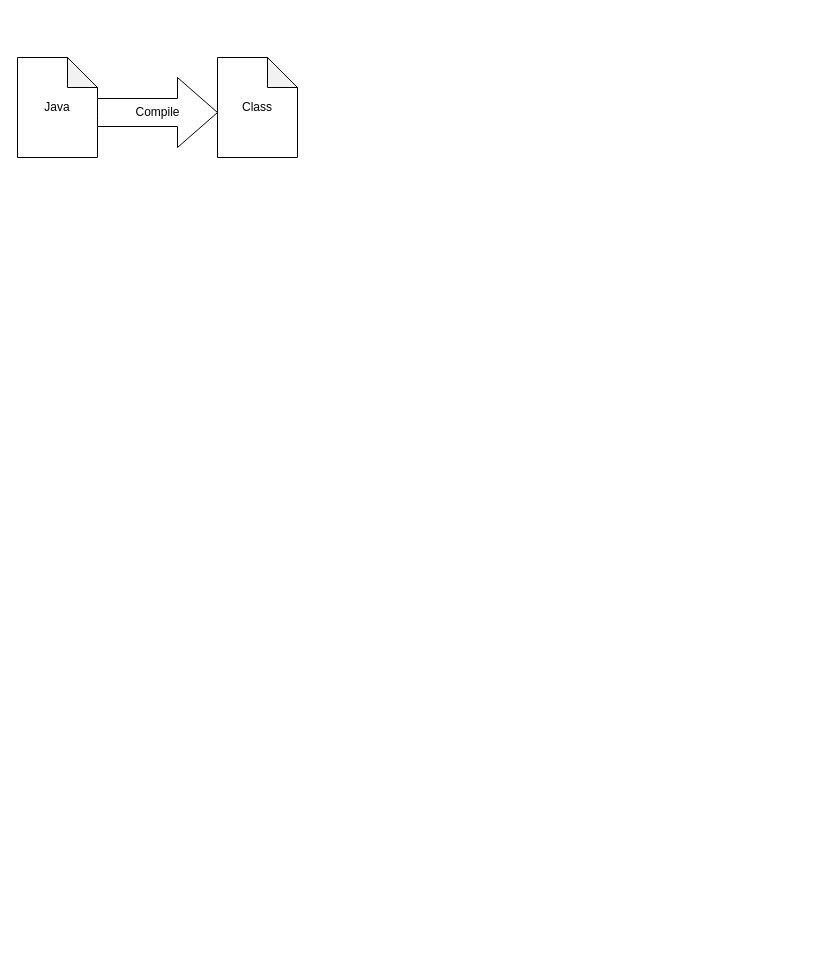
Above: JVM整体架构.drawio in linbingxing/mind (draw.io), before the change. Source tidied: cells renumbered, new cells numbered last; positions are measured from the earlier drawing's top-left corner, leaving out a move shared by most shapes. Both pictures are drawn from the tidied source at 100%, with x=0, y=0 at pixel (17, 57).
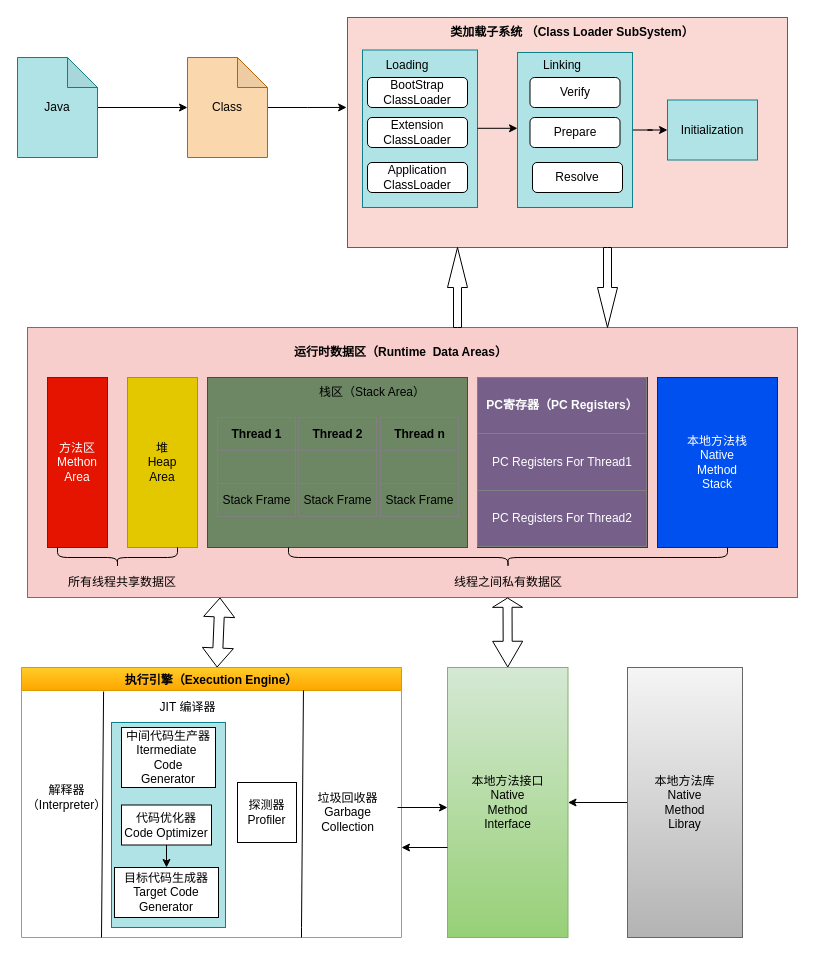
Above is the later version.

Commit message (it also covers changes not shown here):
更新JVM整体架构.drawio

What changed in the source:
```diff
@@
+    <mxCell id="5" style="rounded=0;whiteSpace=wrap;html=1;fillColor=#fad9d5;strokeColor=#ae4132;" parent="1" vertex="1">
+      <mxGeometry x="330" y="-40" width="440" height="230" as="geometry" />
+    </mxCell>
+    <mxCell id="6" style="edgeStyle=orthogonalEdgeStyle;rounded=0;jettySize=auto;html=1;" parent="1" edge="1" source="2" target="3">
+      <mxGeometry relative="1" as="geometry" />
+    </mxCell>
-    <mxCell id="2" value="Java" style="shape=note;whiteSpace=wrap;html=1;backgroundOutline=1;darkOpacity=0.05;" parent="1" vertex="1">
+    <mxCell id="2" value="Java" style="shape=note;whiteSpace=wrap;html=1;backgroundOutline=1;darkOpacity=0.05;fillColor=#b0e3e6;strokeColor=#0e8088;" parent="1" vertex="1">
       <mxGeometry width="80" height="100" as="geometry" />
     </mxCell>
+    <mxCell id="7" style="edgeStyle=orthogonalEdgeStyle;rounded=0;jettySize=auto;html=1;entryX=-0.002;entryY=0.391;entryDx=0;entryDy=0;entryPerimeter=0;" parent="1" edge="1" source="3" target="5">
+      <mxGeometry relative="1" as="geometry" />
+    </mxCell>
-    <mxCell id="3" value="Class" style="shape=note;whiteSpace=wrap;html=1;backgroundOutline=1;darkOpacity=0.05;" parent="1" vertex="1">
-      <mxGeometry x="200" width="80" height="100" as="geometry" />
+    <mxCell id="3" value="Class" style="shape=note;whiteSpace=wrap;html=1;backgroundOutline=1;darkOpacity=0.05;fillColor=#fad7ac;strokeColor=#b46504;" parent="1" vertex="1">
+      <mxGeometry x="170" width="80" height="100" as="geometry" />
     </mxCell>
-    <mxCell id="4" value="Compile" style="html=1;shadow=0;dashed=0;align=center;verticalAlign=middle;shape=mxgraph.arrows2.arrow;dy=0.6;dx=40;notch=0;" parent="1" vertex="1">
-      <mxGeometry x="80" y="20" width="120" height="70" as="geometry" />
-    </mxCell>
+    <mxCell id="8" style="rounded=0;whiteSpace=wrap;html=1;fillColor=#b0e3e6;strokeColor=#0e8088;" parent="1" vertex="1">
+      <mxGeometry x="345" y="-7.5" width="115" height="157.5" as="geometry" />
+    </mxCell>
+    <mxCell id="9" style="edgeStyle=orthogonalEdgeStyle;rounded=0;jettySize=auto;html=1;" parent="1" edge="1" source="10" target="11">
+      <mxGeometry relative="1" as="geometry" />
+    </mxCell>
+    <mxCell id="10" style="rounded=0;whiteSpace=wrap;html=1;fillColor=#b0e3e6;strokeColor=#0e8088;" parent="1" vertex="1">
+      <mxGeometry x="500" y="-5" width="115" height="155" as="geometry" />
+    </mxCell>
+    <mxCell id="11" value="Initialization" style="rounded=0;whiteSpace=wrap;html=1;fillColor=#b0e3e6;strokeColor=#0e8088;" parent="1" vertex="1">
+      <mxGeometry x="650" y="42.5" width="90" height="60" as="geometry" />
+    </mxCell>
+    <mxCell id="12" value="BootStrap&lt;br&gt;ClassLoader" style="rounded=1;whiteSpace=wrap;html=1;" parent="1" vertex="1">
+      <mxGeometry x="350" y="20" width="100" height="30" as="geometry" />
+    </mxCell>
+    <mxCell id="13" value="Extension&lt;br&gt;ClassLoader" style="rounded=1;whiteSpace=wrap;html=1;" parent="1" vertex="1">
+      <mxGeometry x="350" y="60" width="100" height="30" as="geometry" />
+    </mxCell>
+    <mxCell id="14" value="Application&lt;br&gt;ClassLoader" style="rounded=1;whiteSpace=wrap;html=1;" parent="1" vertex="1">
+      <mxGeometry x="350" y="105" width="100" height="30" as="geometry" />
+    </mxCell>
+    <mxCell id="15" value="Verify" style="rounded=1;whiteSpace=wrap;html=1;" parent="1" vertex="1">
+      <mxGeometry x="512.5" y="20" width="90" height="30" as="geometry" />
+    </mxCell>
+    <mxCell id="16" value="Prepare" style="rounded=1;whiteSpace=wrap;html=1;" parent="1" vertex="1">
+      <mxGeometry x="512.5" y="60" width="90" height="30" as="geometry" />
+    </mxCell>
+    <mxCell id="17" value="Resolve" style="rounded=1;whiteSpace=wrap;html=1;" parent="1" vertex="1">
+      <mxGeometry x="515" y="105" width="90" height="30" as="geometry" />
+    </mxCell>
+    <mxCell id="18" value="Linking" style="text;html=1;strokeColor=none;fillColor=none;align=center;verticalAlign=middle;whiteSpace=wrap;rounded=0;" parent="1" vertex="1">
+      <mxGeometry x="515" y="-7.5" width="60" height="30" as="geometry" />
+    </mxCell>
+    <mxCell id="19" value="&lt;b&gt;类加载子系统 （&lt;/b&gt;&lt;b&gt;Class Loader SubSystem&lt;/b&gt;&lt;b&gt;）&lt;/b&gt;" style="text;html=1;strokeColor=none;fillColor=none;align=center;verticalAlign=middle;whiteSpace=wrap;rounded=0;" parent="1" vertex="1">
+      <mxGeometry x="370" y="-40" width="370" height="30" as="geometry" />
+    </mxCell>
+    <mxCell id="20" value="Loading" style="text;html=1;strokeColor=none;fillColor=none;align=center;verticalAlign=middle;whiteSpace=wrap;rounded=0;" parent="1" vertex="1">
+      <mxGeometry x="360" y="-7.5" width="60" height="30" as="geometry" />
+    </mxCell>
+    <mxCell id="21" style="endArrow=classic;html=1;rounded=0;" parent="1" edge="1">
+      <mxGeometry relative="1" as="geometry">
+        <mxPoint x="460" y="70.8" as="sourcePoint" />
+        <mxPoint x="500" y="70.8" as="targetPoint" />
+      </mxGeometry>
+    </mxCell>
+    <mxCell id="22" style="rounded=0;whiteSpace=wrap;html=1;fillColor=#f8cecc;strokeColor=#b85450;" parent="1" vertex="1">
+      <mxGeometry x="10" y="270" width="770" height="270" as="geometry" />
+    </mxCell>
+    <mxCell id="23" style="html=1;shadow=0;dashed=0;align=center;verticalAlign=middle;shape=mxgraph.arrows2.arrow;dy=0.6;dx=40;direction=south;notch=0;" parent="1" vertex="1">
+      <mxGeometry x="580" y="190" width="20" height="80" as="geometry" />
+    </mxCell>
+    <mxCell id="24" style="html=1;shadow=0;dashed=0;align=center;verticalAlign=middle;shape=mxgraph.arrows2.arrow;dy=0.6;dx=40;direction=north;notch=0;" parent="1" vertex="1">
+      <mxGeometry x="430" y="190" width="20" height="80" as="geometry" />
+    </mxCell>
+    <mxCell id="25" value="&lt;b&gt;运行时数据区（Runtime&amp;nbsp; Data Areas）&lt;/b&gt;" style="text;html=1;strokeColor=none;fillColor=none;align=center;verticalAlign=middle;whiteSpace=wrap;rounded=0;" parent="1" vertex="1">
+      <mxGeometry x="271" y="280" width="225" height="30" as="geometry" />
+    </mxCell>
+    <mxCell id="26" style="rounded=0;whiteSpace=wrap;html=1;fillColor=#6d8764;fontColor=#ffffff;strokeColor=#3A5431;" parent="1" vertex="1">
+      <mxGeometry x="190" y="320" width="260" height="170" as="geometry" />
+    </mxCell>
+    <mxCell id="27" value="本地方法栈&lt;br&gt;Native&lt;br&gt;Method&lt;br&gt;Stack" style="rounded=0;whiteSpace=wrap;html=1;fillColor=#0050ef;strokeColor=#001DBC;fontColor=#ffffff;" parent="1" vertex="1">
+      <mxGeometry x="640" y="320" width="120" height="170" as="geometry" />
+    </mxCell>
+    <mxCell id="28" value="&lt;span&gt;方法区&lt;/span&gt;&lt;br&gt;&lt;span&gt;Methon&lt;/span&gt;&lt;br&gt;&lt;span&gt;Area&lt;/span&gt;" style="rounded=0;whiteSpace=wrap;html=1;fillColor=#e51400;fontColor=#ffffff;strokeColor=#B20000;" parent="1" vertex="1">
+      <mxGeometry x="30" y="320" width="60" height="170" as="geometry" />
+    </mxCell>
+    <mxCell id="29" value="&lt;span&gt;堆&lt;/span&gt;&lt;br&gt;&lt;span&gt;Heap&lt;/span&gt;&lt;br&gt;&lt;span&gt;Area&lt;/span&gt;" style="rounded=0;whiteSpace=wrap;html=1;fillColor=#e3c800;fontColor=#000000;strokeColor=#B09500;" parent="1" vertex="1">
+      <mxGeometry x="110" y="320" width="70" height="170" as="geometry" />
+    </mxCell>
+    <mxCell id="30" value="栈区（Stack Area）" style="text;html=1;strokeColor=none;fillColor=none;align=center;verticalAlign=middle;whiteSpace=wrap;rounded=0;" parent="1" vertex="1">
+      <mxGeometry x="290" y="320" width="130" height="30" as="geometry" />
+    </mxCell>
+    <mxCell id="31" value="&lt;table border=&quot;1&quot; width=&quot;100%&quot; cellpadding=&quot;4&quot; style=&quot;width: 100% ; height: 100% ; border-collapse: collapse&quot;&gt;&lt;tbody&gt;&lt;tr&gt;&lt;th align=&quot;center&quot;&gt;Thread 1&lt;/th&gt;&lt;/tr&gt;&lt;tr&gt;&lt;td align=&quot;center&quot;&gt;&lt;br&gt;&lt;/td&gt;&lt;/tr&gt;&lt;tr&gt;&lt;td align=&quot;center&quot;&gt;Stack Frame&lt;/td&gt;&lt;/tr&gt;&lt;/tbody&gt;&lt;/table&gt;" style="text;html=1;strokeColor=none;fillColor=none;overflow=fill;" parent="1" vertex="1">
+      <mxGeometry x="200" y="360" width="79" height="100" as="geometry" />
+    </mxCell>
+    <mxCell id="32" value="&lt;table border=&quot;1&quot; width=&quot;100%&quot; cellpadding=&quot;4&quot; style=&quot;width: 100% ; height: 100% ; border-collapse: collapse&quot;&gt;&lt;tbody&gt;&lt;tr&gt;&lt;th align=&quot;center&quot;&gt;Thread 2&lt;/th&gt;&lt;/tr&gt;&lt;tr&gt;&lt;td align=&quot;center&quot;&gt;&lt;br&gt;&lt;/td&gt;&lt;/tr&gt;&lt;tr&gt;&lt;td align=&quot;center&quot;&gt;Stack Frame&lt;/td&gt;&lt;/tr&gt;&lt;/tbody&gt;&lt;/table&gt;" style="text;html=1;strokeColor=none;fillColor=none;overflow=fill;" parent="1" vertex="1">
+      <mxGeometry x="281" y="360" width="79" height="100" as="geometry" />
+    </mxCell>
+    <mxCell id="33" value="&lt;table border=&quot;1&quot; width=&quot;100%&quot; cellpadding=&quot;4&quot; style=&quot;width: 100% ; height: 100% ; border-collapse: collapse&quot;&gt;&lt;tbody&gt;&lt;tr&gt;&lt;th align=&quot;center&quot;&gt;Thread n&lt;/th&gt;&lt;/tr&gt;&lt;tr&gt;&lt;td align=&quot;center&quot;&gt;&lt;br&gt;&lt;/td&gt;&lt;/tr&gt;&lt;tr&gt;&lt;td align=&quot;center&quot;&gt;Stack Frame&lt;/td&gt;&lt;/tr&gt;&lt;/tbody&gt;&lt;/table&gt;" style="text;html=1;strokeColor=none;fillColor=none;overflow=fill;" parent="1" vertex="1">
+      <mxGeometry x="363" y="360" width="79" height="100" as="geometry" />
+    </mxCell>
+    <mxCell id="34" value="&lt;table border=&quot;1&quot; width=&quot;100%&quot; cellpadding=&quot;4&quot; style=&quot;width: 100% ; height: 100% ; border-collapse: collapse&quot;&gt;&lt;tbody&gt;&lt;tr&gt;&lt;th align=&quot;center&quot;&gt;PC寄存器（PC Registers）&lt;/th&gt;&lt;/tr&gt;&lt;tr&gt;&lt;td align=&quot;center&quot;&gt;PC Registers For Thread1&lt;/td&gt;&lt;/tr&gt;&lt;tr&gt;&lt;td align=&quot;center&quot;&gt;PC Registers For Thread2&lt;br&gt;&lt;/td&gt;&lt;/tr&gt;&lt;/tbody&gt;&lt;/table&gt;" style="text;html=1;strokeColor=#432D57;fillColor=#76608a;overflow=fill;fontColor=#ffffff;" parent="1" vertex="1">
+      <mxGeometry x="460" y="320" width="170" height="170" as="geometry" />
+    </mxCell>
+    <mxCell id="35" style="shape=curlyBracket;whiteSpace=wrap;html=1;rounded=1;direction=north;" parent="1" vertex="1">
+      <mxGeometry x="40" y="490" width="120" height="20" as="geometry" />
+    </mxCell>
+    <mxCell id="36" style="shape=curlyBracket;whiteSpace=wrap;html=1;rounded=1;direction=north;" parent="1" vertex="1">
+      <mxGeometry x="271" y="490" width="439" height="20" as="geometry" />
+    </mxCell>
+    <mxCell id="37" value="所有线程共享数据区" style="text;html=1;strokeColor=none;fillColor=none;align=center;verticalAlign=middle;whiteSpace=wrap;rounded=0;" parent="1" vertex="1">
+      <mxGeometry x="50" y="510" width="110" height="30" as="geometry" />
+    </mxCell>
+    <mxCell id="38" value="线程之间私有数据区" style="text;html=1;strokeColor=none;fillColor=none;align=center;verticalAlign=middle;whiteSpace=wrap;rounded=0;" parent="1" vertex="1">
+      <mxGeometry x="430.5" y="510" width="120" height="30" as="geometry" />
+    </mxCell>
+    <mxCell id="39" value="执行引擎（Execution Engine）" style="swimlane;fillColor=#ffcd28;strokeColor=#d79b00;gradientColor=#ffa500;" parent="1" vertex="1">
+      <mxGeometry x="4" y="610" width="380" height="270" as="geometry" />
+    </mxCell>
+    <mxCell id="40" style="endArrow=none;html=1;rounded=0;entryX=0.216;entryY=0.089;entryDx=0;entryDy=0;entryPerimeter=0;" parent="39" edge="1" target="39">
+      <mxGeometry relative="1" as="geometry">
+        <mxPoint x="80" y="270" as="sourcePoint" />
+      </mxGeometry>
+    </mxCell>
+    <mxCell id="41" style="endArrow=none;html=1;rounded=0;entryX=0.742;entryY=0.085;entryDx=0;entryDy=0;entryPerimeter=0;" parent="39" edge="1" target="39">
+      <mxGeometry relative="1" as="geometry">
+        <mxPoint x="280" y="270" as="sourcePoint" />
+        <Array as="points">
+          <mxPoint x="280" y="260" />
+        </Array>
+      </mxGeometry>
+    </mxCell>
+    <mxCell id="42" value="解释器&lt;br&gt;（Interpreter）" style="text;html=1;align=center;verticalAlign=middle;strokeColor=none;fillColor=none;" parent="39" vertex="1">
+      <mxGeometry y="115" width="90" height="30" as="geometry" />
+    </mxCell>
+    <mxCell id="43" style="rounded=0;whiteSpace=wrap;html=1;fillColor=#b0e3e6;strokeColor=#0e8088;" parent="39" vertex="1">
+      <mxGeometry x="90" y="55" width="114" height="205" as="geometry" />
+    </mxCell>
+    <mxCell id="44" value="探测器&lt;br&gt;Profiler" style="rounded=0;whiteSpace=wrap;html=1;" parent="39" vertex="1">
+      <mxGeometry x="216" y="115" width="59" height="60" as="geometry" />
+    </mxCell>
+    <mxCell id="45" value="垃圾回收器&lt;br&gt;Garbage&lt;br&gt;Collection" style="text;html=1;align=center;verticalAlign=middle;strokeColor=none;fillColor=none;" parent="39" vertex="1">
+      <mxGeometry x="286" y="120" width="80" height="50" as="geometry" />
+    </mxCell>
+    <mxCell id="46" value="中间代码生产器&lt;br&gt;Itermediate&amp;nbsp;&lt;br&gt;Code&lt;br&gt;Generator" style="rounded=0;whiteSpace=wrap;html=1;" parent="39" vertex="1">
+      <mxGeometry x="100" y="60" width="94" height="60" as="geometry" />
+    </mxCell>
+    <mxCell id="47" style="edgeStyle=orthogonalEdgeStyle;rounded=0;jettySize=auto;html=1;" parent="39" edge="1" source="48" target="49">
+      <mxGeometry relative="1" as="geometry" />
+    </mxCell>
+    <mxCell id="48" value="代码优化器&lt;br&gt;Code Optimizer" style="rounded=0;whiteSpace=wrap;html=1;" parent="39" vertex="1">
+      <mxGeometry x="100" y="137.5" width="90" height="40" as="geometry" />
+    </mxCell>
+    <mxCell id="49" value="目标代码生成器&lt;br&gt;Target Code&lt;br&gt;Generator" style="rounded=0;whiteSpace=wrap;html=1;" parent="39" vertex="1">
+      <mxGeometry x="93" y="200" width="104" height="50" as="geometry" />
+    </mxCell>
+    <mxCell id="50" value="本地方法接口&lt;br&gt;Native&lt;br&gt;Method&lt;br&gt;Interface" style="rounded=0;whiteSpace=wrap;html=1;fillColor=#d5e8d4;gradientColor=#97d077;strokeColor=#82b366;" parent="1" vertex="1">
+      <mxGeometry x="430" y="610" width="120.5" height="270" as="geometry" />
+    </mxCell>
+    <mxCell id="51" style="edgeStyle=orthogonalEdgeStyle;rounded=0;jettySize=auto;html=1;" parent="1" edge="1" source="52" target="50">
+      <mxGeometry relative="1" as="geometry" />
+    </mxCell>
+    <mxCell id="52" value="本地方法库&lt;br&gt;Native&lt;br&gt;Method&lt;br&gt;Libray" style="rounded=0;whiteSpace=wrap;html=1;fillColor=#f5f5f5;gradientColor=#b3b3b3;strokeColor=#666666;" parent="1" vertex="1">
+      <mxGeometry x="610" y="610" width="115" height="270" as="geometry" />
+    </mxCell>
+    <mxCell id="53" value="JIT 编译器" style="text;html=1;align=center;verticalAlign=middle;strokeColor=none;fillColor=none;" parent="1" vertex="1">
+      <mxGeometry x="135" y="640" width="70" height="20" as="geometry" />
+    </mxCell>
+    <mxCell id="54" style="endArrow=classic;html=1;rounded=0;" parent="1" edge="1">
+      <mxGeometry relative="1" as="geometry">
+        <mxPoint x="380" y="750" as="sourcePoint" />
+        <mxPoint x="430" y="750" as="targetPoint" />
+      </mxGeometry>
+    </mxCell>
+    <mxCell id="55" style="endArrow=classic;html=1;rounded=0;" parent="1" edge="1">
+      <mxGeometry relative="1" as="geometry">
+        <mxPoint x="430" y="790" as="sourcePoint" />
+        <mxPoint x="384" y="790" as="targetPoint" />
+      </mxGeometry>
+    </mxCell>
+    <mxCell id="56" style="shape=flexArrow;endArrow=classic;startArrow=classic;html=1;rounded=0;entryX=0.25;entryY=1;entryDx=0;entryDy=0;" parent="1" edge="1" source="39" target="22">
+      <mxGeometry relative="1" as="geometry" />
+    </mxCell>
+    <mxCell id="57" style="shape=flexArrow;endArrow=classic;startArrow=classic;html=1;rounded=0;exitX=0.5;exitY=0;exitDx=0;exitDy=0;width=9;endSize=2.77;startSize=8.24;" parent="1" edge="1" source="50">
+      <mxGeometry relative="1" as="geometry">
+        <mxPoint x="490" y="540" as="targetPoint" />
+      </mxGeometry>
+    </mxCell>
```
